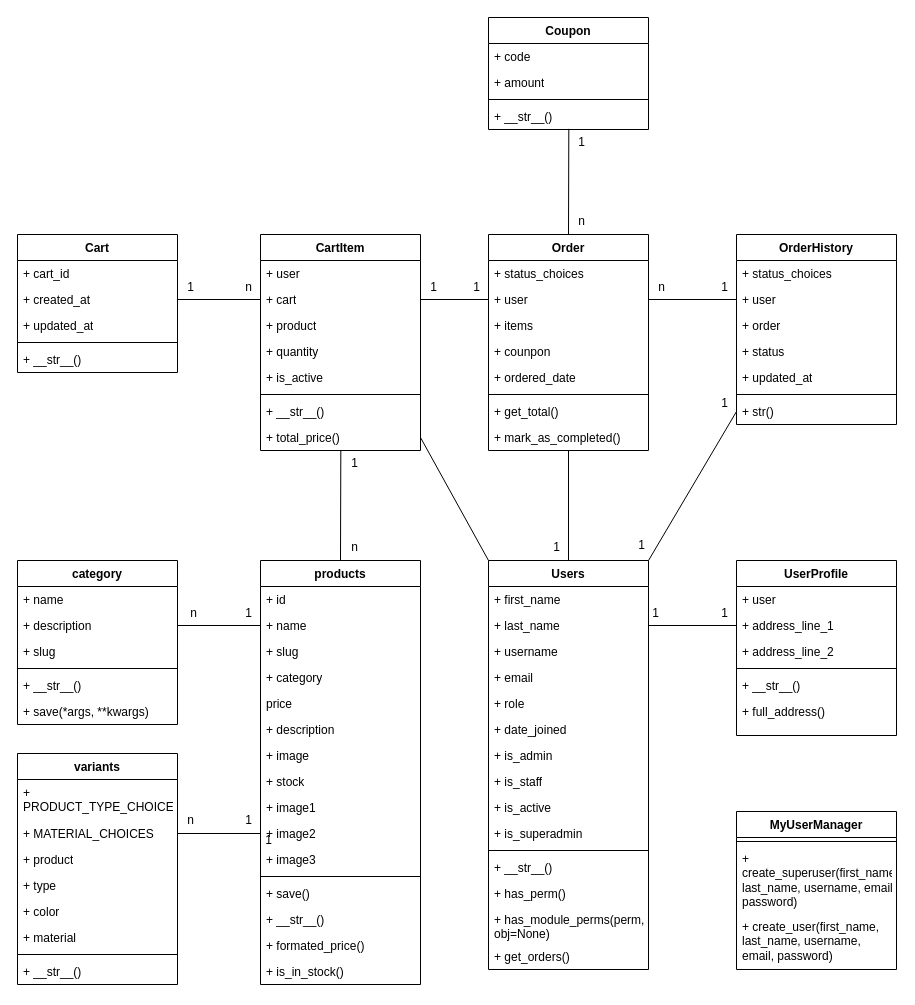
The draw.io diagram page "Page-2" (2 of 2) of zzz.drawio in ippapi/new_code, before the edit. Source tidied: cells renumbered, new cells numbered last; positions are measured from the earlier drawing's top-left corner, leaving out a move shared by most shapes. Both pictures are drawn from the tidied source at 100%, with x=0, y=0 at pixel (17, 17).
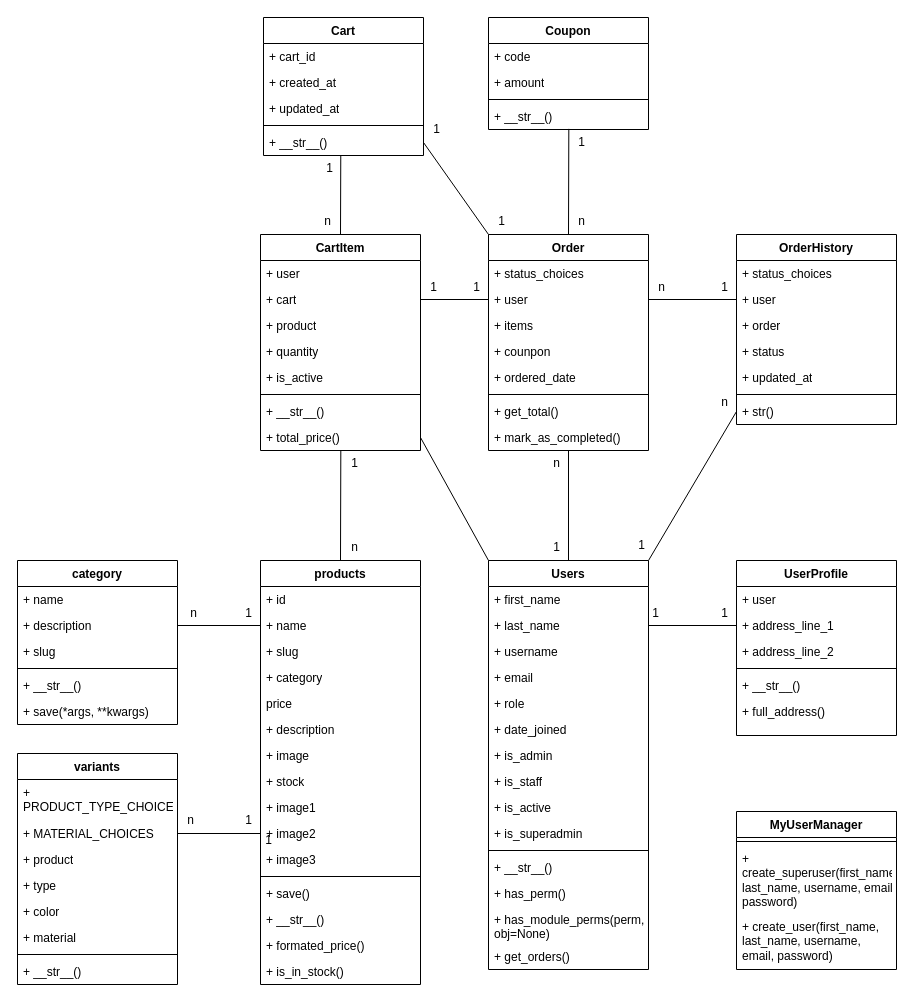
After the change.

The change refers to these unchanged cells:
```xml
<mxCell id="4" value="+ created_at" style="text;strokeColor=none;fillColor=none;align=left;verticalAlign=top;spacingLeft=4;spacingRight=4;overflow=hidden;points=[[0,0.5],[1,0.5]];portConstraint=eastwest;whiteSpace=wrap;html=1;" parent="2" vertex="1">
  <mxGeometry y="52" width="160" height="26" as="geometry" />
</mxCell>
<mxCell id="7" value="+ __str__()" style="text;strokeColor=none;fillColor=none;align=left;verticalAlign=top;spacingLeft=4;spacingRight=4;overflow=hidden;points=[[0,0.5],[1,0.5]];portConstraint=eastwest;whiteSpace=wrap;html=1;" parent="2" vertex="1">
  <mxGeometry y="112" width="160" height="26" as="geometry" />
</mxCell>
<mxCell id="8" value="Order" style="swimlane;fontStyle=1;align=center;verticalAlign=top;horizontal=1;startSize=26;whiteSpace=wrap;html=1;" parent="1" vertex="1">
  <mxGeometry x="471" y="217" width="160" height="216" as="geometry" />
</mxCell>
<mxCell id="109" value="CartItem" style="swimlane;fontStyle=1;align=center;verticalAlign=top;horizontal=1;startSize=26;whiteSpace=wrap;html=1;" parent="1" vertex="1">
  <mxGeometry x="243" y="217" width="160" height="216" as="geometry" />
</mxCell>
<mxCell id="111" value="+ cart" style="text;strokeColor=none;fillColor=none;align=left;verticalAlign=top;spacingLeft=4;spacingRight=4;overflow=hidden;points=[[0,0.5],[1,0.5]];portConstraint=eastwest;whiteSpace=wrap;html=1;" parent="109" vertex="1">
  <mxGeometry y="52" width="160" height="26" as="geometry" />
</mxCell>
```

Diff of the diagram source:
```diff
@@
     <mxCell id="2" value="Cart" style="swimlane;fontStyle=1;align=center;verticalAlign=top;horizontal=1;startSize=26;whiteSpace=wrap;html=1;" parent="1" vertex="1">
-      <mxGeometry y="217" width="160" height="138" as="geometry" />
+      <mxGeometry x="246" width="160" height="138" as="geometry" />
     </mxCell>
@@
-    <mxCell id="102" value="1" style="text;html=1;align=center;verticalAlign=middle;strokeColor=none;fillColor=none;" parent="1" vertex="1">
-      <mxGeometry x="694" y="373" width="25" height="26" as="geometry" />
-    </mxCell>
@@
-    <mxCell id="122" style="endArrow=none;html=1;rounded=0;entryX=1;entryY=0.5;entryDx=0;entryDy=0;exitX=0;exitY=0.5;exitDx=0;exitDy=0;" parent="1" edge="1" source="111" target="4">
+    <mxCell id="122" style="endArrow=none;html=1;rounded=0;entryX=0.483;entryY=0.999;entryDx=0;entryDy=0;exitX=0.5;exitY=0;exitDx=0;exitDy=0;entryPerimeter=0;" parent="1" edge="1" source="109" target="7">
       <mxGeometry relative="1" as="geometry" />
     </mxCell>
     <mxCell id="123" value="1" style="text;html=1;align=center;verticalAlign=middle;strokeColor=none;fillColor=none;" parent="1" vertex="1">
-      <mxGeometry x="160" y="257" width="25" height="26" as="geometry" />
+      <mxGeometry x="299" y="138" width="25" height="26" as="geometry" />
     </mxCell>
     <mxCell id="124" value="n" style="text;html=1;align=center;verticalAlign=middle;strokeColor=none;fillColor=none;" parent="1" vertex="1">
-      <mxGeometry x="218" y="257" width="25" height="26" as="geometry" />
+      <mxGeometry x="297" y="191" width="25" height="26" as="geometry" />
     </mxCell>
@@
+    <mxCell id="130" value="n" style="text;html=1;align=center;verticalAlign=middle;strokeColor=none;fillColor=none;" parent="1" vertex="1">
+      <mxGeometry x="526" y="433" width="25" height="26" as="geometry" />
+    </mxCell>
+    <mxCell id="131" style="endArrow=none;html=1;rounded=0;entryX=1;entryY=0.5;entryDx=0;entryDy=0;exitX=0;exitY=0;exitDx=0;exitDy=0;" parent="1" edge="1" source="8" target="7">
+      <mxGeometry relative="1" as="geometry" />
+    </mxCell>
+    <mxCell id="132" value="1" style="text;html=1;align=center;verticalAlign=middle;strokeColor=none;fillColor=none;" parent="1" vertex="1">
+      <mxGeometry x="406" y="99" width="25" height="26" as="geometry" />
+    </mxCell>
+    <mxCell id="133" value="1" style="text;html=1;align=center;verticalAlign=middle;strokeColor=none;fillColor=none;" parent="1" vertex="1">
+      <mxGeometry x="471" y="191" width="25" height="26" as="geometry" />
+    </mxCell>
+    <mxCell id="134" value="n" style="text;html=1;align=center;verticalAlign=middle;strokeColor=none;fillColor=none;" parent="1" vertex="1">
+      <mxGeometry x="694" y="372" width="25" height="26" as="geometry" />
+    </mxCell>
```
